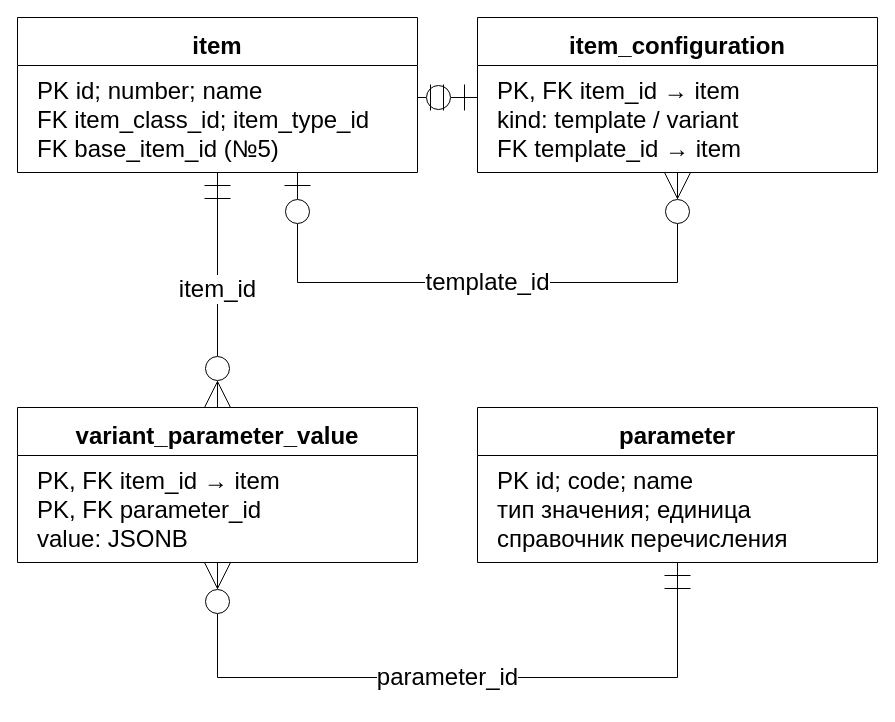
10xtheo/mispris-sem7 keeps this draw.io diagram as utils/lab7/diagrams/06_erd_variants.drawio. Above is the earlier version. Source tidied: cells renumbered, new cells numbered last; positions are measured from the earlier drawing's top-left corner, leaving out a move shared by most shapes. Both pictures are drawn from the tidied source at 100%, with x=0, y=0 at pixel (17, 17).
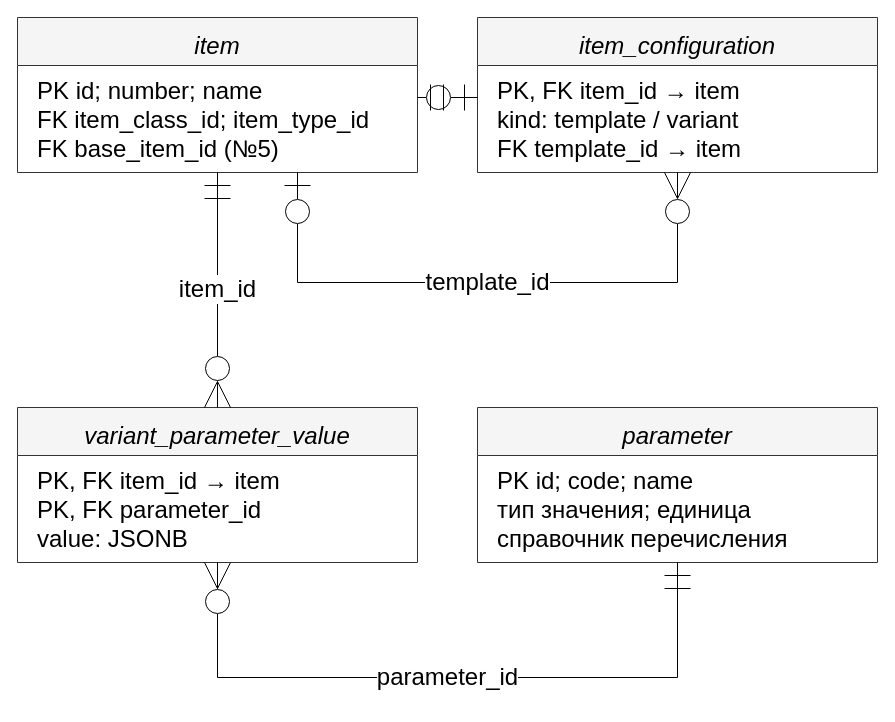
Above is the later version.

Diff of the diagram source:
```diff
@@
 <mxGraphModel>
   <root>
     <mxCell id="0" />
     <mxCell id="1" parent="0" />
-    <mxCell id="2" value="item" style="rounded=0;whiteSpace=wrap;html=1;align=center;verticalAlign=top;fontFamily=Arial;fontSize=24;spacing=10;fillColor=#ffffff;strokeColor=#000000;shape=swimlane;startSize=48;fontStyle=1;swimlaneFillColor=#ffffff;" parent="1" vertex="1">
+    <mxCell id="2" value="item" style="rounded=0;whiteSpace=wrap;html=1;align=center;verticalAlign=top;fontFamily=Arial;fontSize=24;spacing=10;fillColor=#f5f5f5;strokeColor=#333333;shape=swimlane;startSize=48;fontStyle=2;swimlaneFillColor=#ffffff;" parent="1" vertex="1">
       <mxGeometry width="400" height="155" as="geometry" />
     </mxCell>
     <mxCell id="3" value="PK id; number; name&lt;br&gt;FK item_class_id; item_type_id&lt;br&gt;FK base_item_id (№5)" style="text;html=1;align=left;verticalAlign=top;fontFamily=Arial;fontSize=24;spacingLeft=18;spacingTop=5;fillColor=none;strokeColor=none;" parent="2" vertex="1">
       <mxGeometry y="48" width="400" height="107" as="geometry" />
     </mxCell>
-    <mxCell id="4" value="item_configuration" style="rounded=0;whiteSpace=wrap;html=1;align=center;verticalAlign=top;fontFamily=Arial;fontSize=24;spacing=10;fillColor=#ffffff;strokeColor=#000000;shape=swimlane;startSize=48;fontStyle=1;swimlaneFillColor=#ffffff;" parent="1" vertex="1">
+    <mxCell id="4" value="item_configuration" style="rounded=0;whiteSpace=wrap;html=1;align=center;verticalAlign=top;fontFamily=Arial;fontSize=24;spacing=10;fillColor=#f5f5f5;strokeColor=#333333;shape=swimlane;startSize=48;fontStyle=2;swimlaneFillColor=#ffffff;" parent="1" vertex="1">
       <mxGeometry x="460" width="400" height="155" as="geometry" />
     </mxCell>
     <mxCell id="5" value="PK, FK item_id → item&lt;br&gt;kind: template / variant&lt;br&gt;FK template_id → item" style="text;html=1;align=left;verticalAlign=top;fontFamily=Arial;fontSize=24;spacingLeft=18;spacingTop=5;fillColor=none;strokeColor=none;" parent="4" vertex="1">
       <mxGeometry y="48" width="400" height="107" as="geometry" />
     </mxCell>
-    <mxCell id="6" value="variant_parameter_value" style="rounded=0;whiteSpace=wrap;html=1;align=center;verticalAlign=top;fontFamily=Arial;fontSize=24;spacing=10;fillColor=#ffffff;strokeColor=#000000;shape=swimlane;startSize=48;fontStyle=1;swimlaneFillColor=#ffffff;" parent="1" vertex="1">
+    <mxCell id="6" value="variant_parameter_value" style="rounded=0;whiteSpace=wrap;html=1;align=center;verticalAlign=top;fontFamily=Arial;fontSize=24;spacing=10;fillColor=#f5f5f5;strokeColor=#333333;shape=swimlane;startSize=48;fontStyle=2;swimlaneFillColor=#ffffff;" parent="1" vertex="1">
       <mxGeometry y="390" width="400" height="155" as="geometry" />
     </mxCell>
     <mxCell id="7" value="PK, FK item_id → item&lt;br&gt;PK, FK parameter_id&lt;br&gt;value: JSONB" style="text;html=1;align=left;verticalAlign=top;fontFamily=Arial;fontSize=24;spacingLeft=18;spacingTop=5;fillColor=none;strokeColor=none;" parent="6" vertex="1">
       <mxGeometry y="48" width="400" height="107" as="geometry" />
     </mxCell>
-    <mxCell id="8" value="parameter" style="rounded=0;whiteSpace=wrap;html=1;align=center;verticalAlign=top;fontFamily=Arial;fontSize=24;spacing=10;fillColor=#ffffff;strokeColor=#000000;shape=swimlane;startSize=48;fontStyle=1;swimlaneFillColor=#ffffff;" parent="1" vertex="1">
+    <mxCell id="8" value="parameter" style="rounded=0;whiteSpace=wrap;html=1;align=center;verticalAlign=top;fontFamily=Arial;fontSize=24;spacing=10;fillColor=#f5f5f5;strokeColor=#333333;shape=swimlane;startSize=48;fontStyle=2;swimlaneFillColor=#ffffff;" parent="1" vertex="1">
       <mxGeometry x="460" y="390" width="400" height="155" as="geometry" />
     </mxCell>
     <mxCell id="9" value="PK id; code; name&lt;br&gt;тип значения; единица&lt;br&gt;справочник перечисления" style="text;html=1;align=left;verticalAlign=top;fontFamily=Arial;fontSize=24;spacingLeft=18;spacingTop=5;fillColor=none;strokeColor=none;" parent="8" vertex="1">
       <mxGeometry y="48" width="400" height="107" as="geometry" />
     </mxCell>
     <mxCell id="10" style="edgeStyle=orthogonalEdgeStyle;rounded=0;html=1;endArrow=open;fontFamily=Arial;fontSize=24;labelBackgroundColor=#ffffff;exitX=0.0;exitY=0.5161290322580645;entryX=1.0;entryY=0.5161290322580645;endArrow=none;startArrow=none;startArrow=ERzeroToOne;endArrow=ERmandOne;startFill=0;endFill=0;startSize=24;endSize=24;" parent="1" edge="1" source="4" target="2">
       <mxGeometry relative="1" as="geometry" />
     </mxCell>
     <mxCell id="11" value="template_id" style="edgeStyle=orthogonalEdgeStyle;rounded=0;html=1;endArrow=open;fontFamily=Arial;fontSize=24;labelBackgroundColor=#ffffff;exitX=0.5;exitY=1.0;entryX=0.7;entryY=1.0;endArrow=none;startArrow=none;startArrow=ERzeroToMany;endArrow=ERzeroToOne;startFill=0;endFill=0;startSize=24;endSize=24;" parent="1" edge="1" source="4" target="2">
       <mxGeometry relative="1" as="geometry">
         <Array as="points">
           <mxPoint x="660" y="265" />
           <mxPoint x="280" y="265" />
         </Array>
       </mxGeometry>
     </mxCell>
     <mxCell id="12" value="item_id" style="edgeStyle=orthogonalEdgeStyle;rounded=0;html=1;endArrow=open;fontFamily=Arial;fontSize=24;labelBackgroundColor=#ffffff;exitX=0.5;exitY=0.0;entryX=0.5;entryY=1.0;endArrow=none;startArrow=none;startArrow=ERzeroToMany;endArrow=ERmandOne;startFill=0;endFill=0;startSize=24;endSize=24;" parent="1" edge="1" source="6" target="2">
       <mxGeometry relative="1" as="geometry" />
     </mxCell>
     <mxCell id="13" value="parameter_id" style="edgeStyle=orthogonalEdgeStyle;rounded=0;html=1;endArrow=open;fontFamily=Arial;fontSize=24;labelBackgroundColor=#ffffff;exitX=0.5;exitY=1.0;entryX=0.5;entryY=1.0;endArrow=none;startArrow=none;startArrow=ERzeroToMany;endArrow=ERmandOne;startFill=0;endFill=0;startSize=24;endSize=24;" parent="1" edge="1" source="6" target="8">
       <mxGeometry relative="1" as="geometry">
         <Array as="points">
           <mxPoint x="200" y="660" />
           <mxPoint x="660" y="660" />
         </Array>
       </mxGeometry>
     </mxCell>
   </root>
 </mxGraphModel>
```
